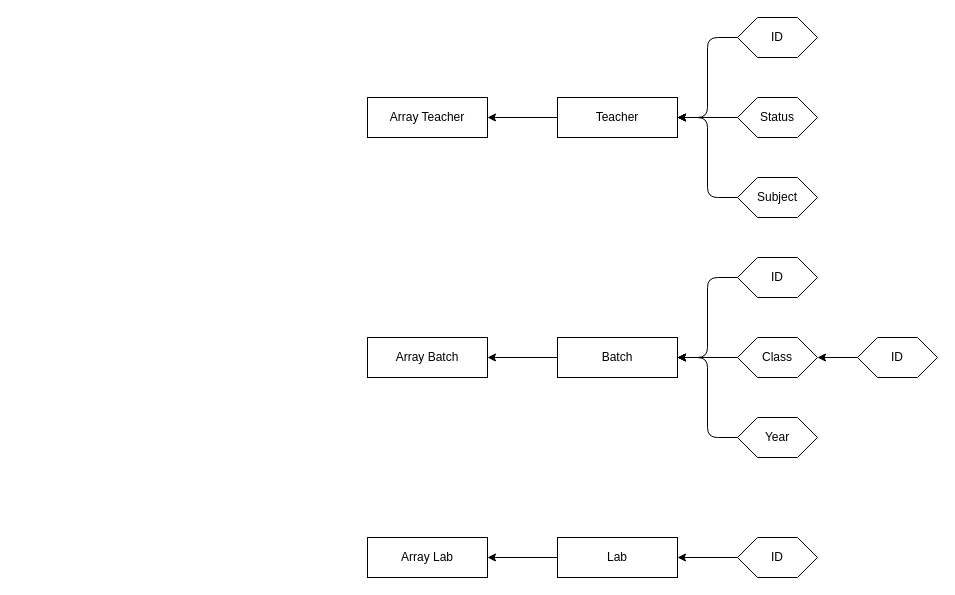
Above: Core.drawio in livleensinghchani/schedule-builder (draw.io), before the change. Source tidied: cells renumbered, new cells numbered last; positions are measured from the earlier drawing's top-left corner, leaving out a move shared by most shapes. Both pictures are drawn from the tidied source at 100%, with x=0, y=0 at pixel (367, 17).
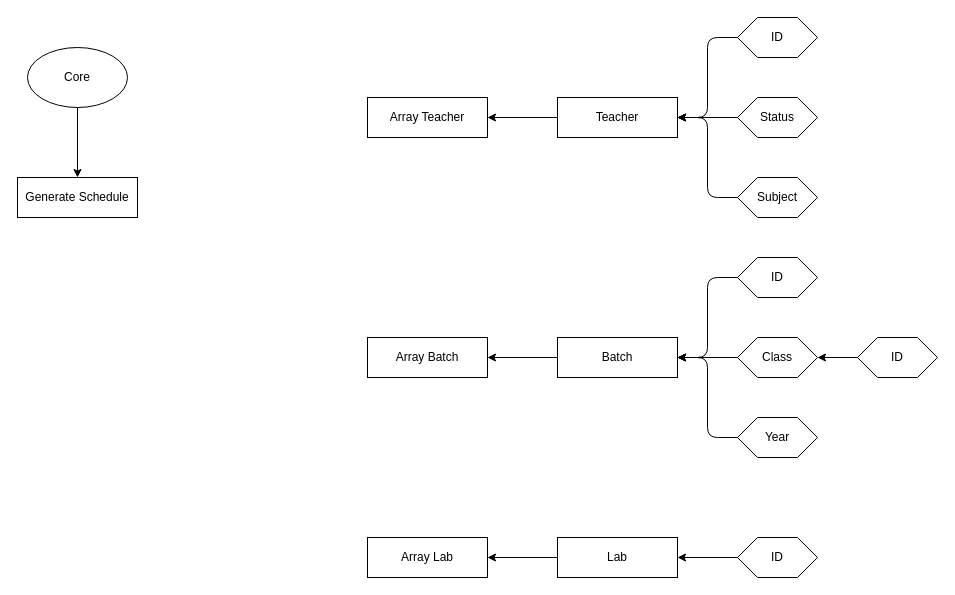
After the change.

Diff of the diagram source:
```diff
@@
+    <mxCell id="27" style="edgeStyle=none;html=1;fontFamily=Helvetica;fontSize=12;fontColor=default;" parent="1" edge="1" source="28" target="29">
+      <mxGeometry relative="1" as="geometry" />
+    </mxCell>
+    <mxCell id="28" value="Core" style="ellipse;whiteSpace=wrap;html=1;" parent="1" vertex="1">
+      <mxGeometry x="-340" y="30" width="100" height="60" as="geometry" />
+    </mxCell>
+    <mxCell id="29" value="Generate Schedule" style="whiteSpace=wrap;html=1;" parent="1" vertex="1">
+      <mxGeometry x="-350" y="160" width="120" height="40" as="geometry" />
+    </mxCell>
```
